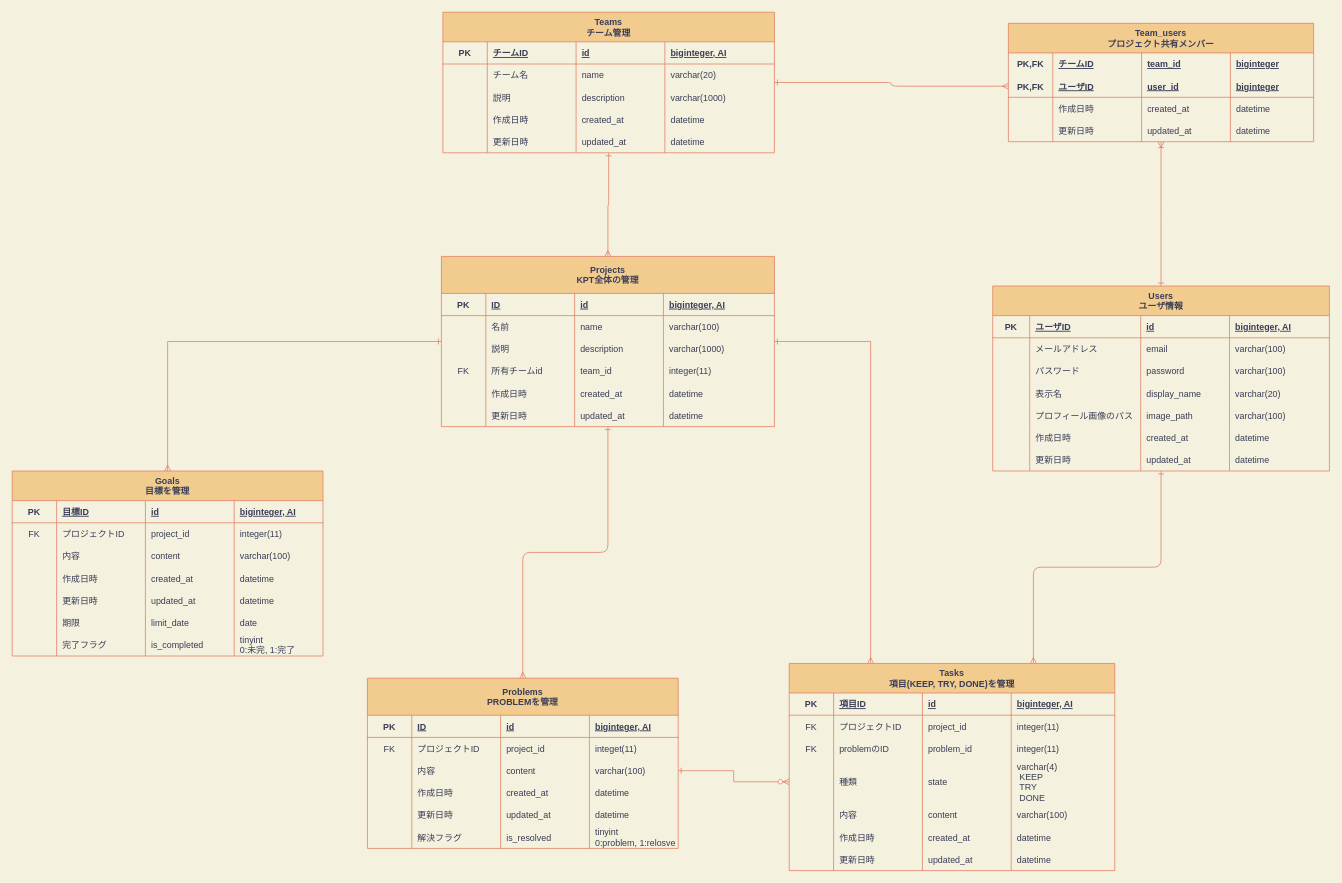
Above: database_er_diagram.drawio in nanas773/kpt-design (draw.io), before the change. Source tidied: cells renumbered, new cells numbered last; positions are measured from the earlier drawing's top-left corner, leaving out a move shared by most shapes. Both pictures are drawn from the tidied source at 74%, with x=0, y=0 at pixel (12, 12).
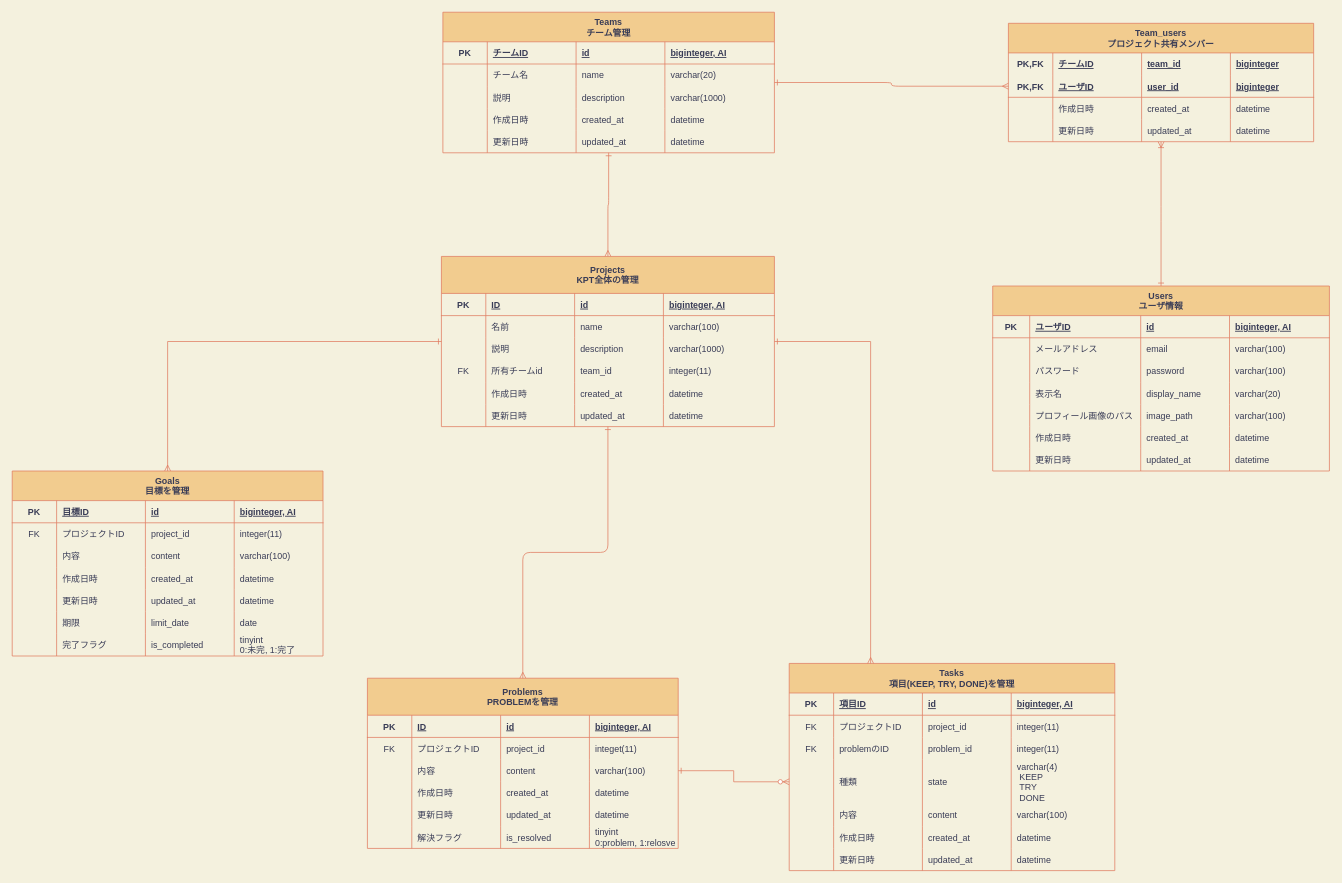
The same diagram, later.

Commit message:
Delete: UsersテーブルとTasksテーブルのリレーション解除

Unchanged cells that the change refers to:
```xml
<mxCell id="5" value="Users&#10;ユーザ情報" style="shape=table;startSize=40;childLayout=tableLayout;rowLines=0;fontStyle=1;align=center;rounded=0;sketch=0;strokeColor=#E07A5F;fillColor=#F2CC8F;fontColor=#393C56;" parent="1" vertex="1">
  <mxGeometry x="1325" y="370" width="455" height="250" as="geometry" />
</mxCell>
<mxCell id="68" value="Tasks&#10;項目(KEEP, TRY, DONE)を管理" style="shape=table;startSize=40;childLayout=tableLayout;rowLines=0;fontStyle=1;align=center;fillColor=#F2CC8F;strokeColor=#E07A5F;fontColor=#393C56;" parent="1" vertex="1">
  <mxGeometry x="1050" y="880" width="440" height="280" as="geometry" />
</mxCell>
```

Diff of the diagram source:
```diff
@@
-    <mxCell id="3" style="edgeStyle=orthogonalEdgeStyle;curved=0;rounded=1;sketch=0;jettySize=auto;html=1;entryX=0.75;entryY=0;entryDx=0;entryDy=0;startArrow=ERone;startFill=0;endArrow=ERmany;endFill=0;strokeColor=#E07A5F;fillColor=#F2CC8F;fontColor=#393C56;labelBackgroundColor=#F4F1DE;" parent="1" edge="1" source="5" target="68">
-      <mxGeometry relative="1" as="geometry" />
-    </mxCell>
```
